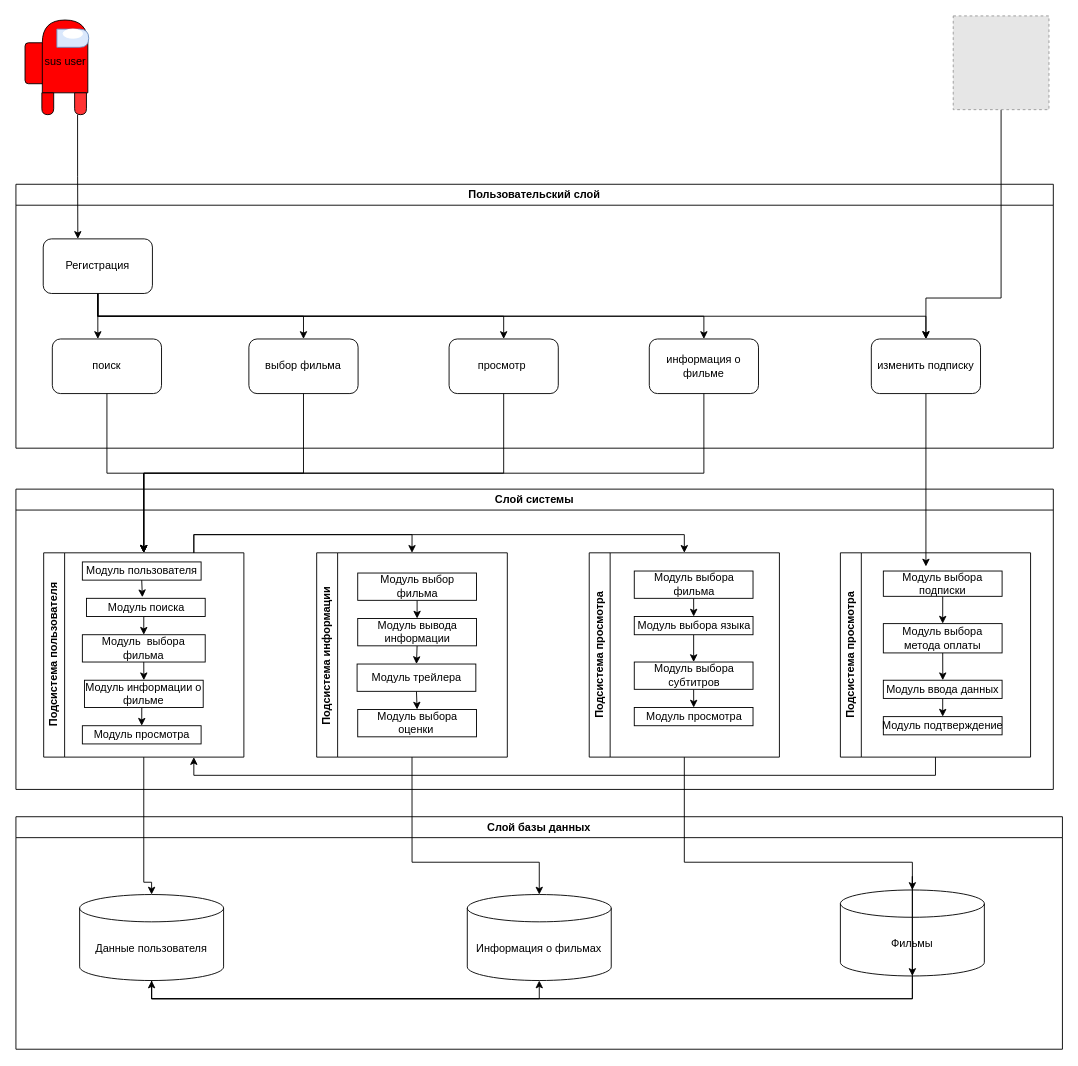
KarimFaik/Program-Engineering keeps this draw.io diagram as lab01/Architecture.drawio. Above is the earlier version. Source tidied: cells renumbered, new cells numbered last; positions are measured from the earlier drawing's top-left corner, leaving out a move shared by most shapes. Both pictures are drawn from the tidied source at 91%, with x=0, y=0 at pixel (15, 15). Pictures stored in the file or linked from it are replaced by grey dashed boxes.
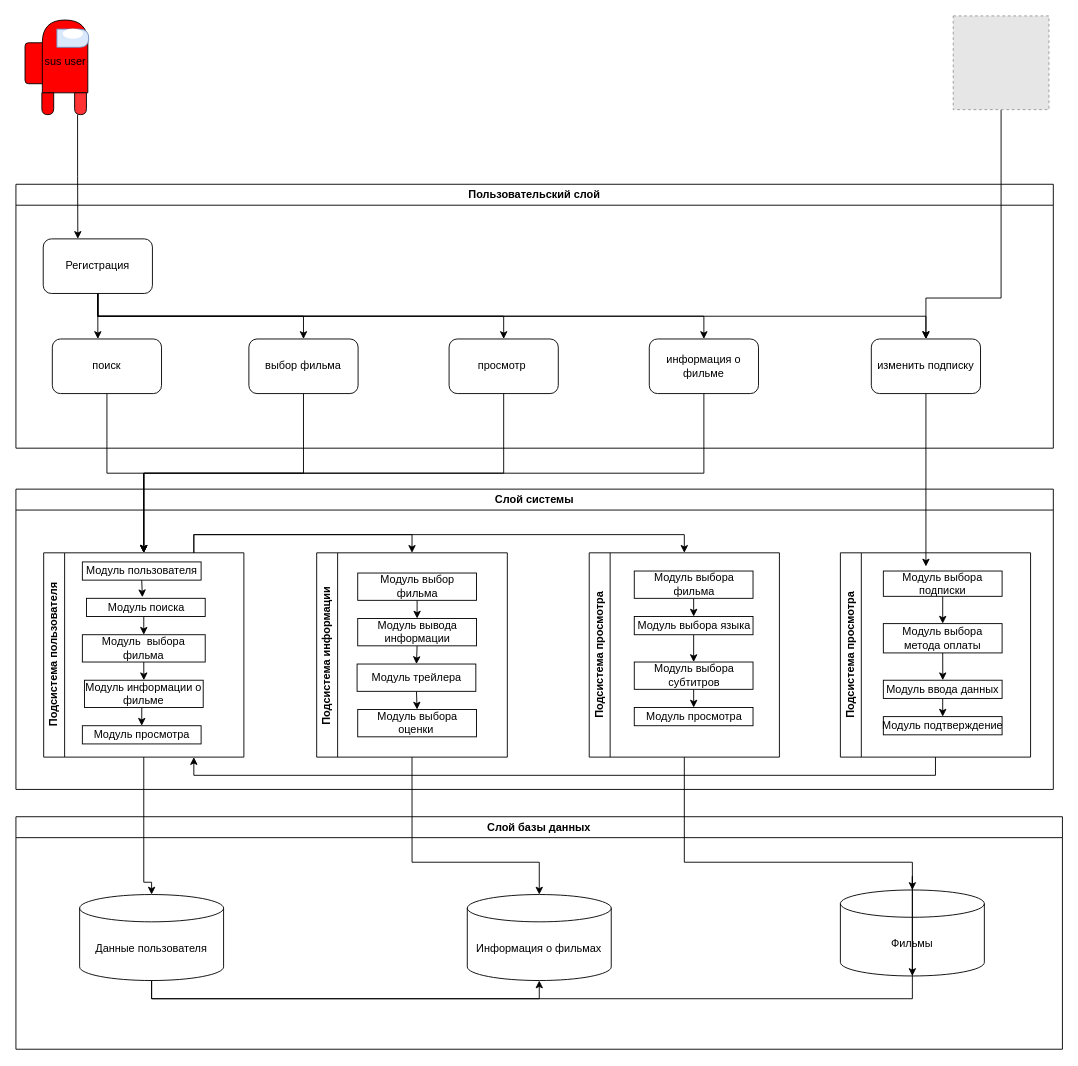
The same page after the edit.

Unchanged cells that the change refers to:
```xml
<mxCell id="2" value="Слой базы данных" style="swimlane;whiteSpace=wrap;html=1;" parent="1" vertex="1">
  <mxGeometry y="880" width="1150" height="255.5" as="geometry" />
</mxCell>
<mxCell id="3" value="Данные пользователя" style="shape=cylinder3;whiteSpace=wrap;html=1;boundedLbl=1;backgroundOutline=1;size=15;" parent="2" vertex="1">
  <mxGeometry x="70" y="85.5" width="158.2" height="94.5" as="geometry" />
</mxCell>
<mxCell id="5" value="Фильмы" style="shape=cylinder3;whiteSpace=wrap;html=1;boundedLbl=1;backgroundOutline=1;size=15;" parent="2" vertex="1">
  <mxGeometry x="906" y="80.5" width="158.2" height="94.5" as="geometry" />
</mxCell>
```

What changed in the source:
```diff
@@
-    <mxCell id="8" style="edgeStyle=orthogonalEdgeStyle;rounded=0;jettySize=auto;html=1;exitX=0.5;exitY=1;exitDx=0;exitDy=0;exitPerimeter=0;entryX=0.5;entryY=1;entryDx=0;entryDy=0;entryPerimeter=0;" parent="2" edge="1" source="5" target="3">
-      <mxGeometry relative="1" as="geometry" />
-    </mxCell>
```
